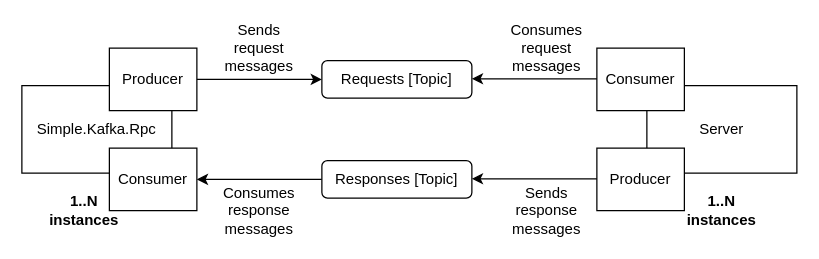
YeSv/Simple.Kafka.Rpc keeps this draw.io diagram as diagrams/diagram.drawio. Above is the earlier version. Source tidied: cells renumbered, new cells numbered last; positions are measured from the earlier drawing's top-left corner, leaving out a move shared by most shapes. Both pictures are drawn from the tidied source at 125%, with x=0, y=0 at pixel (21, 35).
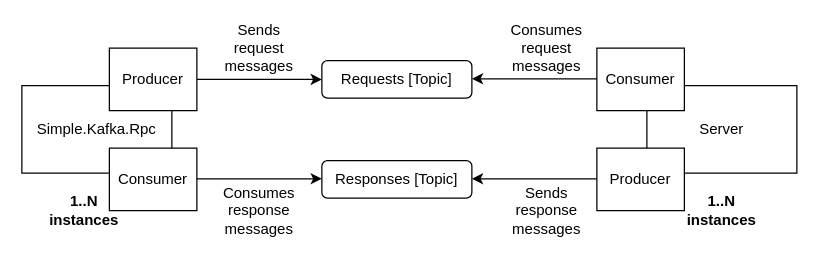
After the change.

The change refers to these unchanged cells:
```xml
<mxCell id="6" value="Consumer" style="rounded=0;whiteSpace=wrap;html=1;" parent="1" vertex="1">
  <mxGeometry x="70" y="90" width="70" height="50" as="geometry" />
</mxCell>
<mxCell id="10" value="Responses [Topic]" style="rounded=1;whiteSpace=wrap;html=1;" parent="1" vertex="1">
  <mxGeometry x="240" y="100" width="120" height="30" as="geometry" />
</mxCell>
```

Diff of the diagram source:
```diff
@@
-    <mxCell id="9" style="edgeStyle=orthogonalEdgeStyle;rounded=0;jettySize=auto;html=1;" parent="1" edge="1" source="10" target="6">
-      <mxGeometry relative="1" as="geometry" />
-    </mxCell>
@@
+    <mxCell id="24" style="endArrow=classic;html=1;exitX=1;exitY=0.5;exitDx=0;exitDy=0;entryX=0;entryY=0.5;entryDx=0;entryDy=0;" parent="1" edge="1">
+      <mxGeometry relative="1" as="geometry">
+        <mxPoint x="140" y="114.5" as="sourcePoint" />
+        <mxPoint x="240" y="114.5" as="targetPoint" />
+      </mxGeometry>
+    </mxCell>
```
